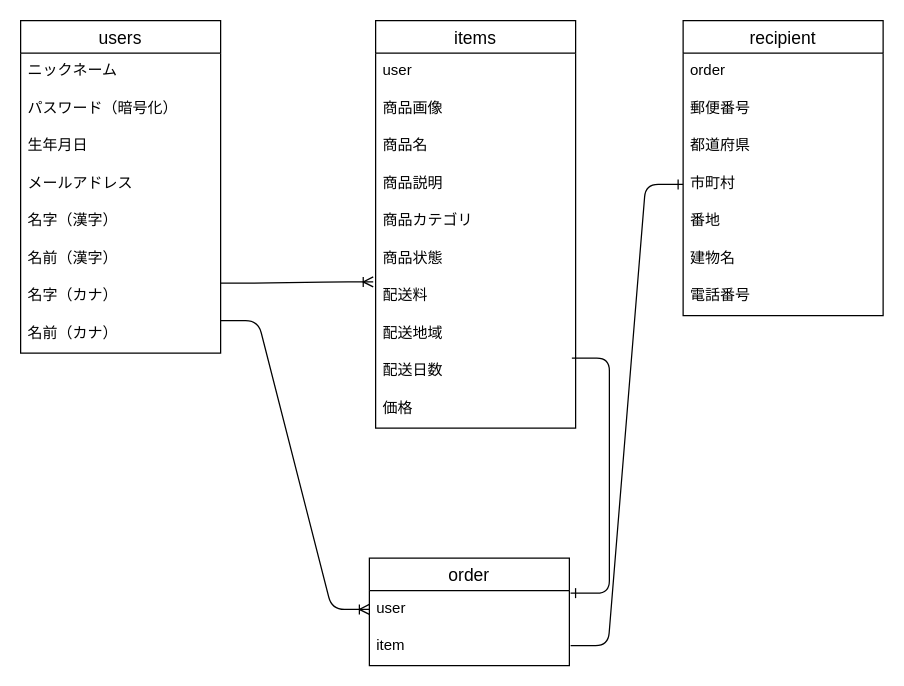
hideki315/furima-39991 keeps this draw.io diagram as furima.dio. Above is the earlier version. Source tidied: cells renumbered, new cells numbered last; positions are measured from the earlier drawing's top-left corner, leaving out a move shared by most shapes. Both pictures are drawn from the tidied source at 125%, with x=0, y=0 at pixel (20, 20).
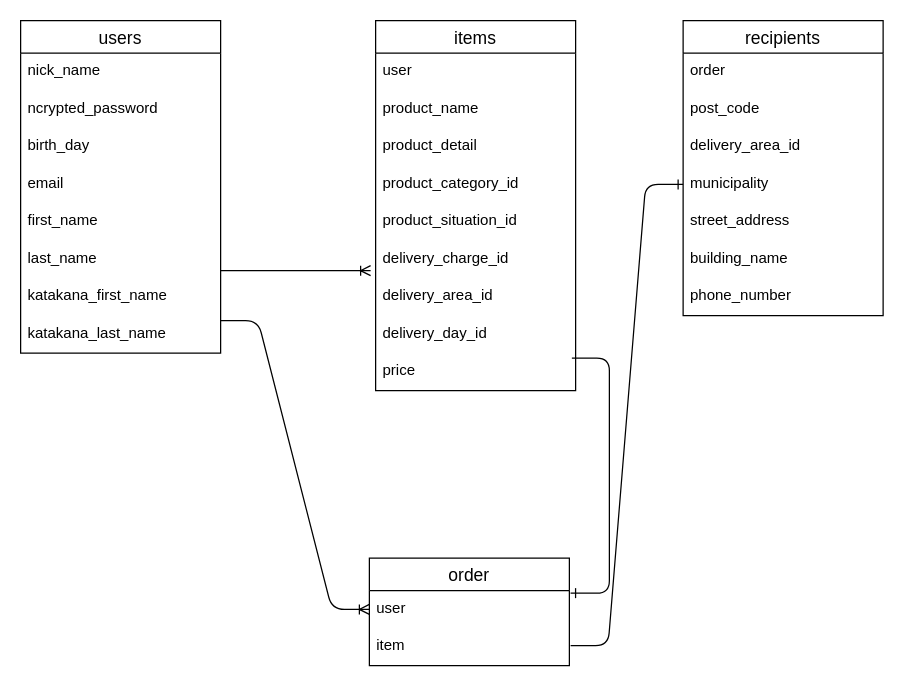
Above is the later version.

Unchanged cells that the change refers to:
```xml
<mxCell id="2" value="users" style="swimlane;fontStyle=0;horizontal=1;startSize=26;align=center;fontSize=14;" parent="1" vertex="1">
  <mxGeometry width="160" height="266" as="geometry" />
</mxCell>
```

The edit, as a diff of the source:
```diff
@@
-    <mxCell id="3" value="ニックネーム" style="text;strokeColor=none;fillColor=none;spacingLeft=4;spacingRight=4;overflow=hidden;fontSize=12;" parent="2" vertex="1">
+    <mxCell id="3" value="nick_name" style="text;strokeColor=none;fillColor=none;spacingLeft=4;spacingRight=4;overflow=hidden;fontSize=12;" parent="2" vertex="1">
       <mxGeometry y="26" width="160" height="30" as="geometry" />
     </mxCell>
-    <mxCell id="4" value="パスワード（暗号化）" style="text;strokeColor=none;fillColor=none;spacingLeft=4;spacingRight=4;overflow=hidden;fontSize=12;" parent="2" vertex="1">
+    <mxCell id="4" value="ncrypted_password" style="text;strokeColor=none;fillColor=none;spacingLeft=4;spacingRight=4;overflow=hidden;fontSize=12;" parent="2" vertex="1">
       <mxGeometry y="56" width="160" height="30" as="geometry" />
     </mxCell>
-    <mxCell id="5" value="生年月日" style="text;strokeColor=none;fillColor=none;spacingLeft=4;spacingRight=4;overflow=hidden;fontSize=12;" parent="2" vertex="1">
+    <mxCell id="5" value="birth_day " style="text;strokeColor=none;fillColor=none;spacingLeft=4;spacingRight=4;overflow=hidden;fontSize=12;" parent="2" vertex="1">
       <mxGeometry y="86" width="160" height="30" as="geometry" />
     </mxCell>
-    <mxCell id="6" value="メールアドレス" style="text;strokeColor=none;fillColor=none;spacingLeft=4;spacingRight=4;overflow=hidden;fontSize=12;" parent="2" vertex="1">
+    <mxCell id="6" value="email" style="text;strokeColor=none;fillColor=none;spacingLeft=4;spacingRight=4;overflow=hidden;fontSize=12;" parent="2" vertex="1">
       <mxGeometry y="116" width="160" height="30" as="geometry" />
     </mxCell>
-    <mxCell id="7" value="名字（漢字）" style="text;strokeColor=none;fillColor=none;spacingLeft=4;spacingRight=4;overflow=hidden;fontSize=12;" parent="2" vertex="1">
+    <mxCell id="7" value="first_name" style="text;strokeColor=none;fillColor=none;spacingLeft=4;spacingRight=4;overflow=hidden;fontSize=12;" parent="2" vertex="1">
       <mxGeometry y="146" width="160" height="30" as="geometry" />
     </mxCell>
-    <mxCell id="8" value="名前（漢字）" style="text;strokeColor=none;fillColor=none;spacingLeft=4;spacingRight=4;overflow=hidden;fontSize=12;" parent="2" vertex="1">
+    <mxCell id="8" value="last_name" style="text;strokeColor=none;fillColor=none;spacingLeft=4;spacingRight=4;overflow=hidden;fontSize=12;" parent="2" vertex="1">
       <mxGeometry y="176" width="160" height="30" as="geometry" />
     </mxCell>
-    <mxCell id="9" value="名字（カナ）" style="text;strokeColor=none;fillColor=none;spacingLeft=4;spacingRight=4;overflow=hidden;fontSize=12;" parent="2" vertex="1">
+    <mxCell id="9" value="katakana_first_name" style="text;strokeColor=none;fillColor=none;spacingLeft=4;spacingRight=4;overflow=hidden;fontSize=12;" parent="2" vertex="1">
       <mxGeometry y="206" width="160" height="30" as="geometry" />
     </mxCell>
-    <mxCell id="10" value="名前（カナ）" style="text;strokeColor=none;fillColor=none;spacingLeft=4;spacingRight=4;overflow=hidden;fontSize=12;" parent="2" vertex="1">
+    <mxCell id="10" value="katakana_last_name" style="text;strokeColor=none;fillColor=none;spacingLeft=4;spacingRight=4;overflow=hidden;fontSize=12;" parent="2" vertex="1">
       <mxGeometry y="236" width="160" height="30" as="geometry" />
     </mxCell>
     <mxCell id="11" value="items" style="swimlane;fontStyle=0;horizontal=1;startSize=26;align=center;fontSize=14;" parent="1" vertex="1">
-      <mxGeometry x="284" width="160" height="326" as="geometry" />
+      <mxGeometry x="284" width="160" height="296" as="geometry" />
     </mxCell>
@@
-    <mxCell id="13" value="商品画像" style="text;strokeColor=none;fillColor=none;spacingLeft=4;spacingRight=4;overflow=hidden;fontSize=12;" parent="11" vertex="1">
-      <mxGeometry y="56" width="160" height="30" as="geometry" />
-    </mxCell>
-    <mxCell id="14" value="商品名" style="text;strokeColor=none;fillColor=none;spacingLeft=4;spacingRight=4;overflow=hidden;fontSize=12;" parent="11" vertex="1">
-      <mxGeometry y="86" width="160" height="30" as="geometry" />
+    <mxCell id="14" value="product_name" style="text;strokeColor=none;fillColor=none;spacingLeft=4;spacingRight=4;overflow=hidden;fontSize=12;" parent="11" vertex="1">
+      <mxGeometry y="56" width="160" height="30" as="geometry" />
     </mxCell>
-    <mxCell id="15" value="商品説明" style="text;strokeColor=none;fillColor=none;spacingLeft=4;spacingRight=4;overflow=hidden;fontSize=12;" parent="11" vertex="1">
-      <mxGeometry y="116" width="160" height="30" as="geometry" />
+    <mxCell id="15" value="product_detail" style="text;strokeColor=none;fillColor=none;spacingLeft=4;spacingRight=4;overflow=hidden;fontSize=12;" parent="11" vertex="1">
+      <mxGeometry y="86" width="160" height="30" as="geometry" />
     </mxCell>
-    <mxCell id="16" value="商品カテゴリ" style="text;strokeColor=none;fillColor=none;spacingLeft=4;spacingRight=4;overflow=hidden;fontSize=12;" parent="11" vertex="1">
-      <mxGeometry y="146" width="160" height="30" as="geometry" />
+    <mxCell id="16" value="product_category_id " style="text;strokeColor=none;fillColor=none;spacingLeft=4;spacingRight=4;overflow=hidden;fontSize=12;" parent="11" vertex="1">
+      <mxGeometry y="116" width="160" height="30" as="geometry" />
     </mxCell>
-    <mxCell id="17" value="商品状態" style="text;strokeColor=none;fillColor=none;spacingLeft=4;spacingRight=4;overflow=hidden;fontSize=12;" parent="11" vertex="1">
-      <mxGeometry y="176" width="160" height="30" as="geometry" />
+    <mxCell id="17" value="product_situation_id " style="text;strokeColor=none;fillColor=none;spacingLeft=4;spacingRight=4;overflow=hidden;fontSize=12;" parent="11" vertex="1">
+      <mxGeometry y="146" width="160" height="30" as="geometry" />
     </mxCell>
-    <mxCell id="18" value="配送料" style="text;strokeColor=none;fillColor=none;spacingLeft=4;spacingRight=4;overflow=hidden;points=[[0,0.5],[1,0.5]];portConstraint=eastwest;fontSize=12;" parent="11" vertex="1">
-      <mxGeometry y="206" width="160" height="30" as="geometry" />
+    <mxCell id="18" value="delivery_charge_id" style="text;strokeColor=none;fillColor=none;spacingLeft=4;spacingRight=4;overflow=hidden;points=[[0,0.5],[1,0.5]];portConstraint=eastwest;fontSize=12;" parent="11" vertex="1">
+      <mxGeometry y="176" width="160" height="30" as="geometry" />
     </mxCell>
-    <mxCell id="19" value="配送地域" style="text;strokeColor=none;fillColor=none;spacingLeft=4;spacingRight=4;overflow=hidden;fontSize=12;" parent="11" vertex="1">
-      <mxGeometry y="236" width="160" height="30" as="geometry" />
+    <mxCell id="19" value="delivery_area_id " style="text;strokeColor=none;fillColor=none;spacingLeft=4;spacingRight=4;overflow=hidden;fontSize=12;" parent="11" vertex="1">
+      <mxGeometry y="206" width="160" height="30" as="geometry" />
     </mxCell>
-    <mxCell id="20" value="配送日数" style="text;strokeColor=none;fillColor=none;spacingLeft=4;spacingRight=4;overflow=hidden;fontSize=12;" parent="11" vertex="1">
-      <mxGeometry y="266" width="160" height="30" as="geometry" />
+    <mxCell id="20" value="delivery_day_id" style="text;strokeColor=none;fillColor=none;spacingLeft=4;spacingRight=4;overflow=hidden;fontSize=12;" parent="11" vertex="1">
+      <mxGeometry y="236" width="160" height="30" as="geometry" />
     </mxCell>
-    <mxCell id="21" value="価格" style="text;strokeColor=none;fillColor=none;spacingLeft=4;spacingRight=4;overflow=hidden;fontSize=12;" parent="11" vertex="1">
-      <mxGeometry y="296" width="160" height="30" as="geometry" />
+    <mxCell id="21" value="price" style="text;strokeColor=none;fillColor=none;spacingLeft=4;spacingRight=4;overflow=hidden;fontSize=12;" parent="11" vertex="1">
+      <mxGeometry y="266" width="160" height="30" as="geometry" />
     </mxCell>
-    <mxCell id="22" value="recipient" style="swimlane;fontStyle=0;horizontal=1;startSize=26;align=center;fontSize=14;" parent="1" vertex="1">
+    <mxCell id="22" value="recipients" style="swimlane;fontStyle=0;horizontal=1;startSize=26;align=center;fontSize=14;" parent="1" vertex="1">
       <mxGeometry x="530" width="160" height="236" as="geometry" />
     </mxCell>
@@
-    <mxCell id="24" value="郵便番号" style="text;strokeColor=none;fillColor=none;spacingLeft=4;spacingRight=4;overflow=hidden;fontSize=12;" parent="22" vertex="1">
+    <mxCell id="24" value="post_code" style="text;strokeColor=none;fillColor=none;spacingLeft=4;spacingRight=4;overflow=hidden;fontSize=12;" parent="22" vertex="1">
       <mxGeometry y="56" width="160" height="30" as="geometry" />
     </mxCell>
-    <mxCell id="25" value="都道府県" style="text;strokeColor=none;fillColor=none;spacingLeft=4;spacingRight=4;overflow=hidden;fontSize=12;" parent="22" vertex="1">
+    <mxCell id="25" value="delivery_area_id" style="text;strokeColor=none;fillColor=none;spacingLeft=4;spacingRight=4;overflow=hidden;fontSize=12;" parent="22" vertex="1">
       <mxGeometry y="86" width="160" height="30" as="geometry" />
     </mxCell>
-    <mxCell id="26" value="市町村" style="text;strokeColor=none;fillColor=none;spacingLeft=4;spacingRight=4;overflow=hidden;points=[[0,0.5],[1,0.5]];portConstraint=eastwest;fontSize=12;" parent="22" vertex="1">
+    <mxCell id="26" value="municipality" style="text;strokeColor=none;fillColor=none;spacingLeft=4;spacingRight=4;overflow=hidden;points=[[0,0.5],[1,0.5]];portConstraint=eastwest;fontSize=12;" parent="22" vertex="1">
       <mxGeometry y="116" width="160" height="30" as="geometry" />
     </mxCell>
-    <mxCell id="27" value="番地" style="text;strokeColor=none;fillColor=none;spacingLeft=4;spacingRight=4;overflow=hidden;fontSize=12;" parent="22" vertex="1">
+    <mxCell id="27" value="street_address " style="text;strokeColor=none;fillColor=none;spacingLeft=4;spacingRight=4;overflow=hidden;fontSize=12;" parent="22" vertex="1">
       <mxGeometry y="146" width="160" height="30" as="geometry" />
     </mxCell>
-    <mxCell id="28" value="建物名" style="text;strokeColor=none;fillColor=none;spacingLeft=4;spacingRight=4;overflow=hidden;fontSize=12;" parent="22" vertex="1">
+    <mxCell id="28" value="building_name" style="text;strokeColor=none;fillColor=none;spacingLeft=4;spacingRight=4;overflow=hidden;fontSize=12;" parent="22" vertex="1">
       <mxGeometry y="176" width="160" height="30" as="geometry" />
     </mxCell>
-    <mxCell id="29" value="電話番号" style="text;strokeColor=none;fillColor=none;spacingLeft=4;spacingRight=4;overflow=hidden;fontSize=12;" parent="22" vertex="1">
+    <mxCell id="29" value="phone_number  " style="text;strokeColor=none;fillColor=none;spacingLeft=4;spacingRight=4;overflow=hidden;fontSize=12;" parent="22" vertex="1">
       <mxGeometry y="206" width="160" height="30" as="geometry" />
     </mxCell>
@@
-    <mxCell id="36" style="edgeStyle=entityRelationEdgeStyle;fontSize=12;html=1;endArrow=ERoneToMany;entryX=-0.012;entryY=0.1;entryDx=0;entryDy=0;entryPerimeter=0;" parent="1" edge="1" target="18">
+    <mxCell id="36" style="edgeStyle=entityRelationEdgeStyle;fontSize=12;html=1;endArrow=ERoneToMany;" parent="1" edge="1">
       <mxGeometry relative="1" as="geometry">
-        <mxPoint x="160" y="210" as="sourcePoint" />
+        <mxPoint x="160" y="200" as="sourcePoint" />
+        <mxPoint x="280" y="200" as="targetPoint" />
       </mxGeometry>
     </mxCell>
```
